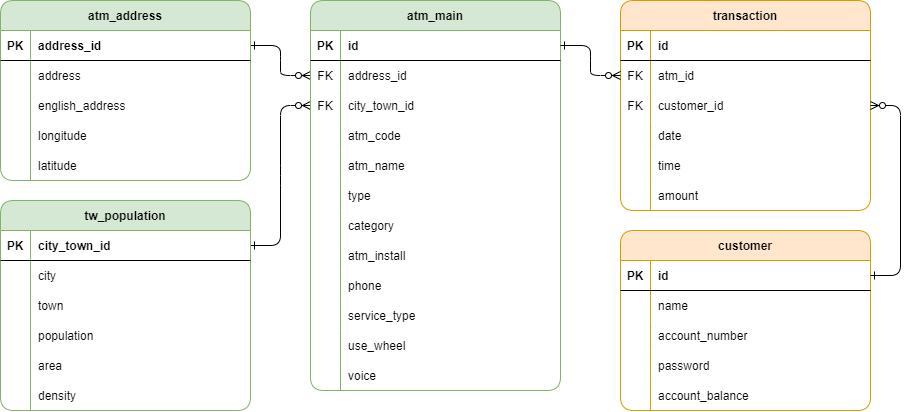
fgh09101010/atm_manage keeps this draw.io diagram as static/img/atmer.png. Above is the earlier version. Source tidied: cells renumbered, new cells last; positions are measured from the earlier drawing's top-left corner, leaving out a move shared by most shapes.
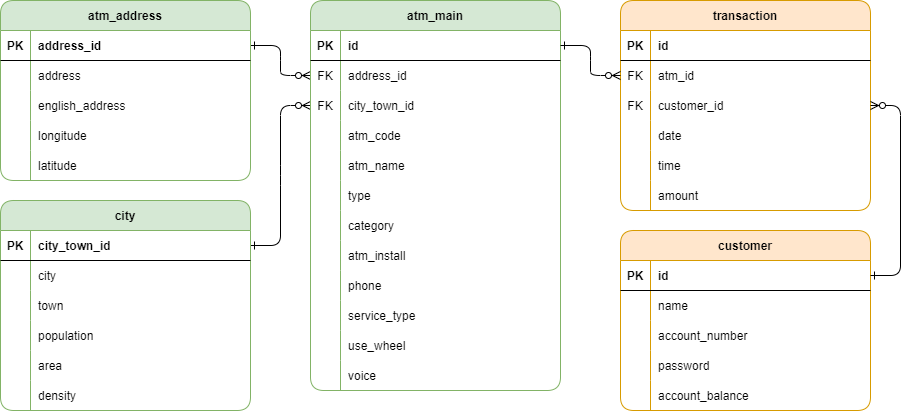
Above is the later version.

What changed in the source:
```diff
@@ -119,7 +119,7 @@
     <mxCell id="40" value="voice" style="shape=partialRectangle;fillColor=none;top=0;left=0;bottom=0;right=0;align=left;spacingLeft=6;overflow=hidden;" parent="38" vertex="1">
       <mxGeometry x="30" width="220" height="30" as="geometry" />
     </mxCell>
-    <mxCell id="41" value="tw_population" style="shape=table;startSize=30;rowLines=0;fontStyle=1;align=center;fillColor=#d5e8d4;strokeColor=#82b366;rounded=1;" parent="1" vertex="1">
+    <mxCell id="41" value="city" style="shape=table;startSize=30;rowLines=0;fontStyle=1;align=center;fillColor=#d5e8d4;strokeColor=#82b366;rounded=1;" parent="1" vertex="1">
       <mxGeometry y="200" width="250" height="210" as="geometry" />
     </mxCell>
     <mxCell id="42" style="shape=partialRectangle;fillColor=none;points=[[0,0.5],[1,0.5]];portConstraint=eastwest;top=0;left=0;right=0;bottom=1;" parent="41" vertex="1">
```
